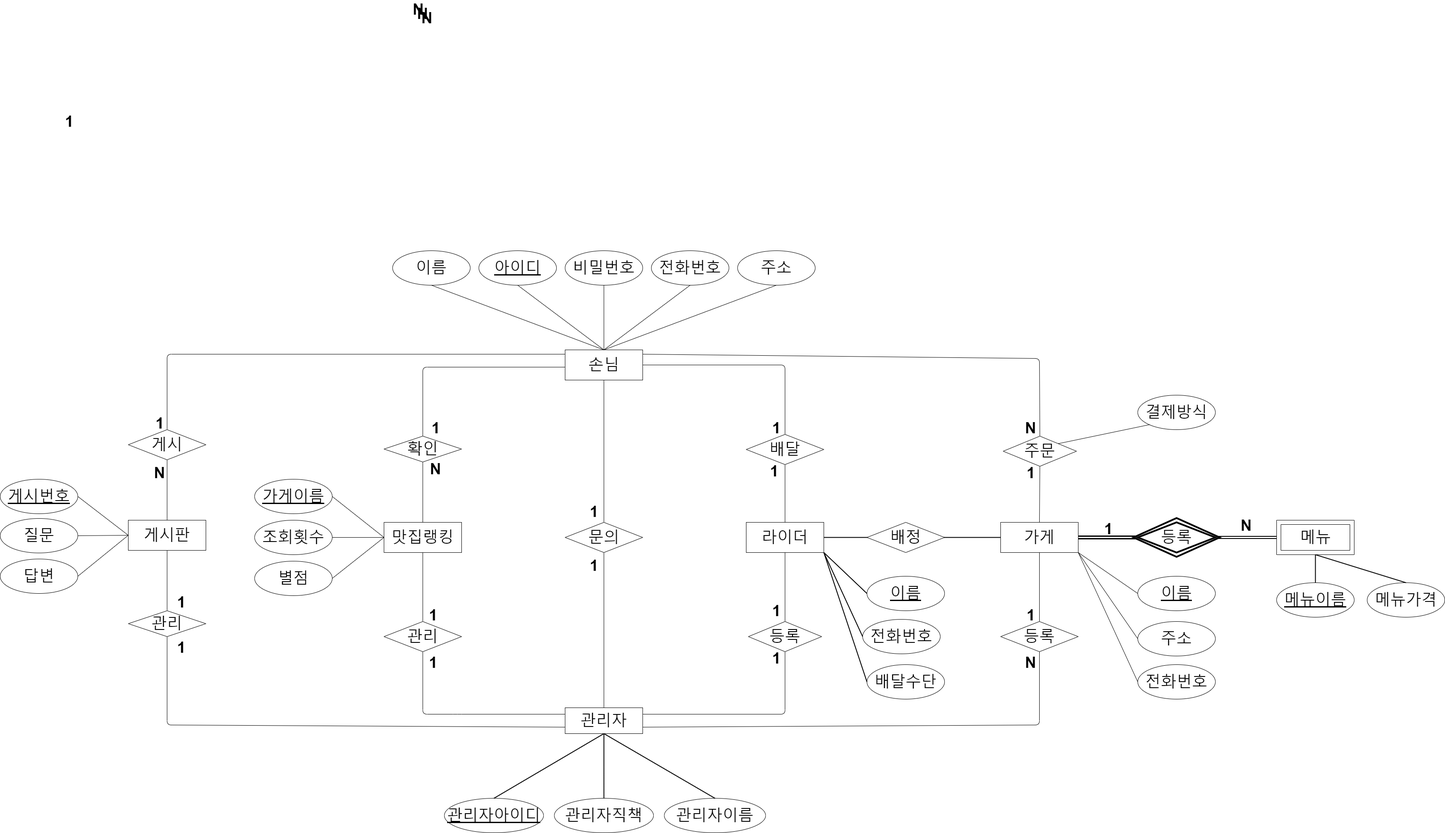
This is third.png from 2eunbi/OpenSoftware_database_, a draw.io export, as it was before one commit. Source tidied: cells renumbered, new cells last; positions are measured from the earlier drawing's top-left corner, leaving out a move shared by most shapes.
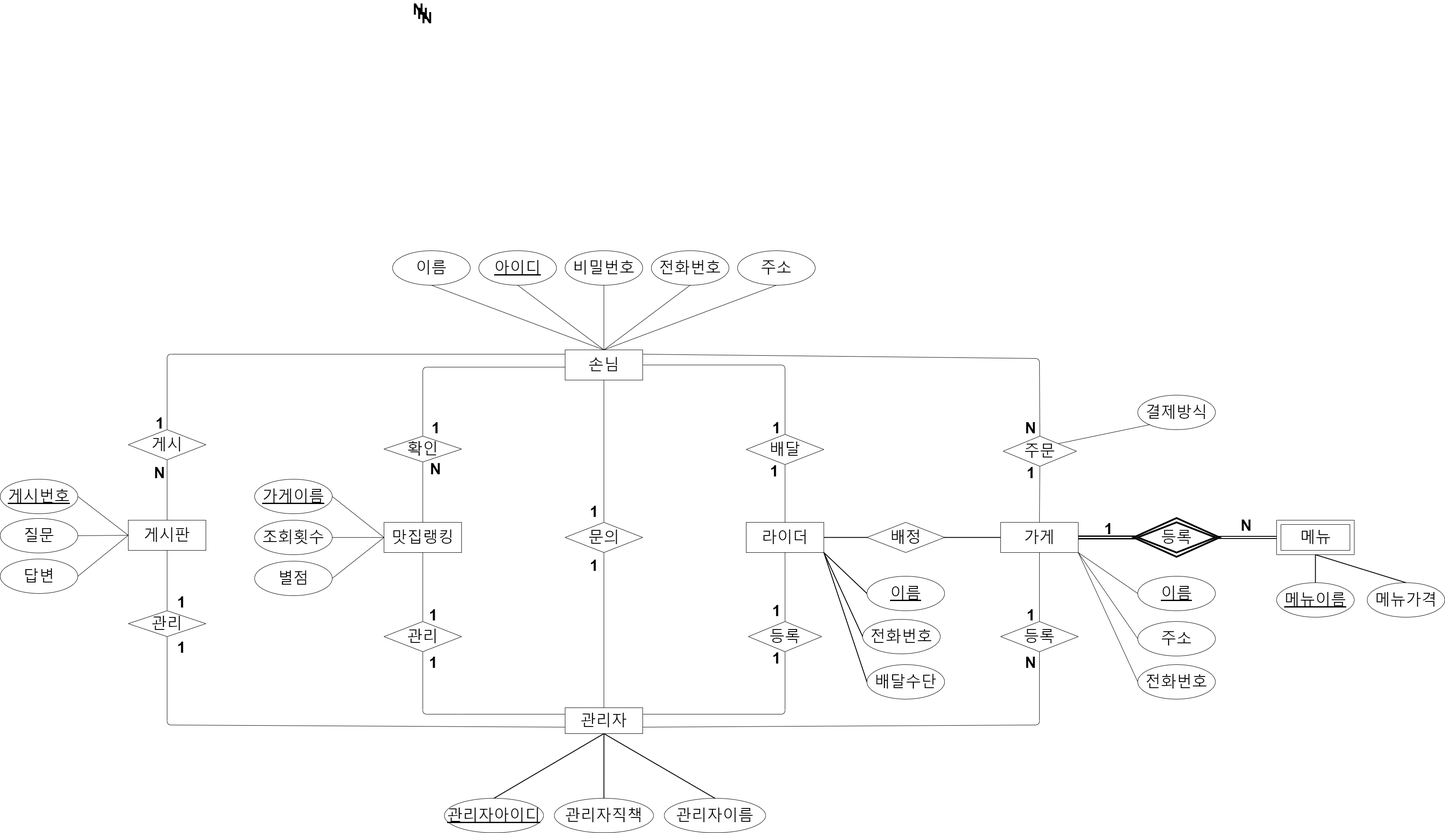
The same file after the commit.

Diff of the diagram source:
```diff
@@ -303,9 +303,6 @@
     <mxCell id="88" value="&lt;font style=&quot;font-size: 36px&quot;&gt;배정&lt;/font&gt;" style="rhombus;whiteSpace=wrap;html=1;" parent="1" vertex="1">
       <mxGeometry x="2010" y="1200" width="180" height="70" as="geometry" />
     </mxCell>
-    <mxCell id="89" value="&lt;font style=&quot;font-size: 36px&quot;&gt;&lt;b&gt;1&lt;/b&gt;&lt;/font&gt;" style="text;html=1;align=center;verticalAlign=middle;" parent="1" vertex="1">
-      <mxGeometry x="140" y="255" width="40" height="30" as="geometry" />
-    </mxCell>
     <mxCell id="90" value="&lt;b&gt;&lt;font style=&quot;font-size: 36px&quot;&gt;N&lt;/font&gt;&lt;/b&gt;" style="text;html=1;strokeColor=none;fillColor=none;align=center;verticalAlign=middle;whiteSpace=wrap;rounded=0;" parent="1" vertex="1">
       <mxGeometry x="950" width="40" height="20" as="geometry" />
     </mxCell>
```
